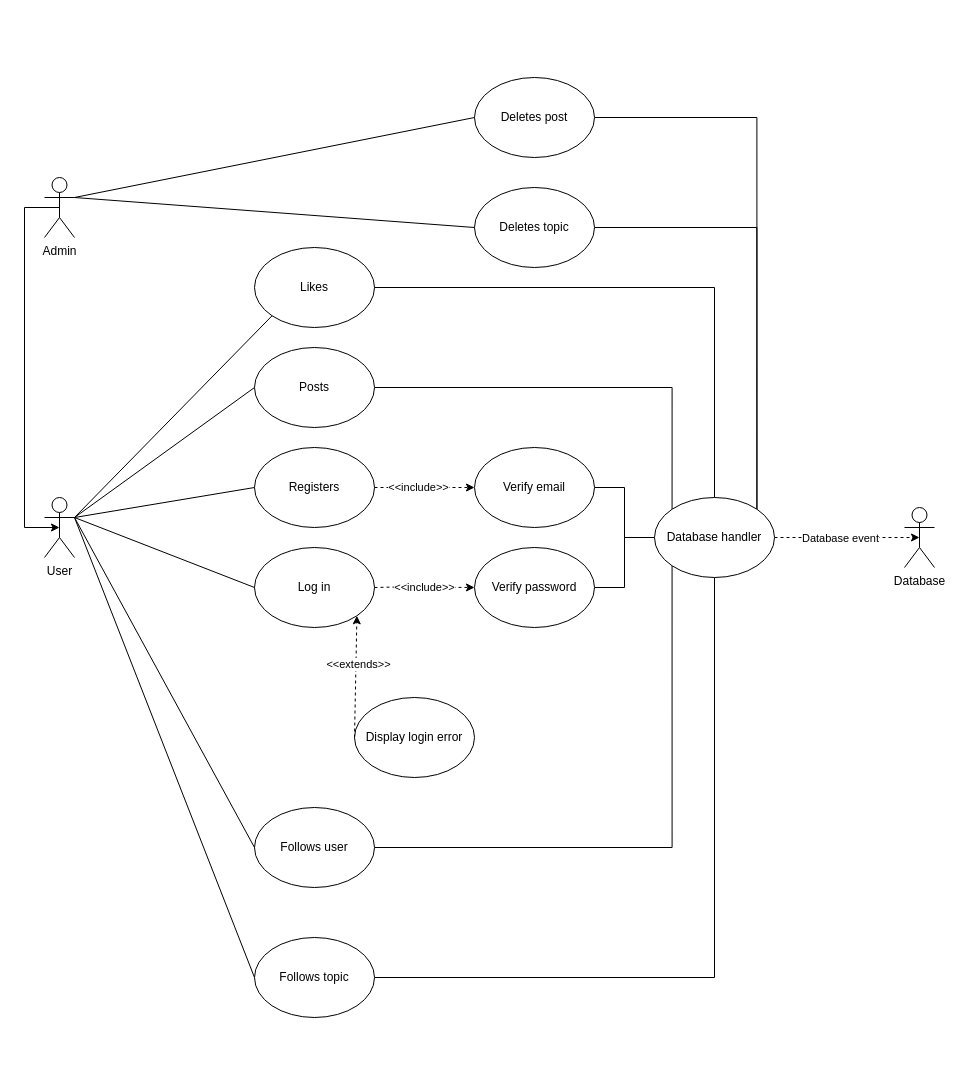
This is doc/diagrams/use_case_diagram/Use_case_diagram.drawio from kubatovtamas/uzenetSZTEk, a draw.io file, before an edit. Source tidied: cells renumbered, new cells numbered last; positions are measured from the earlier drawing's top-left corner, leaving out a move shared by most shapes. Both pictures are drawn from the tidied source at 100%, with x=0, y=0 at pixel (24, 77).
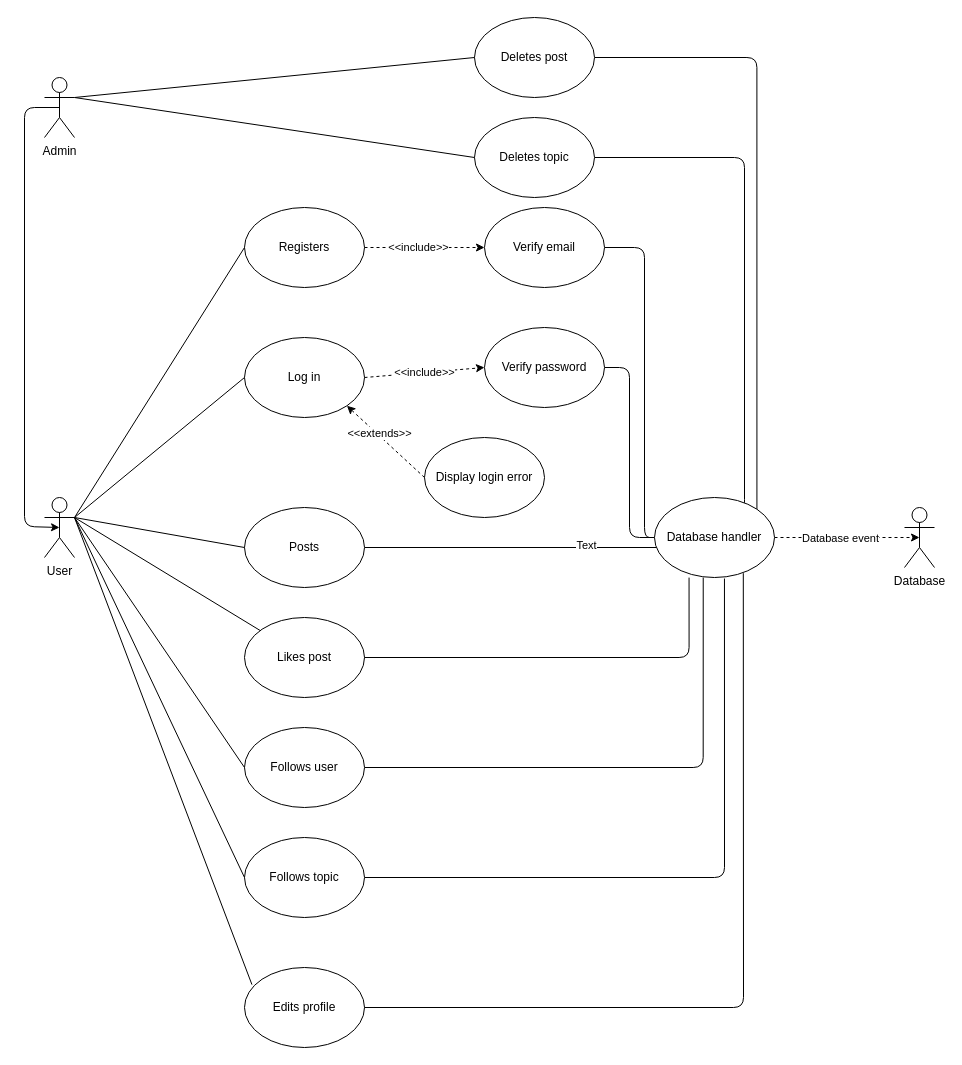
Above is the later version.

Commit message:
Added edits profile to use case diagram and changed order for logical consistency

Unchanged cells that the change refers to:
```xml
<mxCell id="2" value="User&lt;br&gt;" style="shape=umlActor;verticalLabelPosition=bottom;verticalAlign=top;html=1;outlineConnect=0;" parent="1" vertex="1">
  <mxGeometry x="20" y="420" width="30" height="60" as="geometry" />
</mxCell>
<mxCell id="3" value="Database" style="shape=umlActor;verticalLabelPosition=bottom;verticalAlign=top;html=1;outlineConnect=0;" parent="1" vertex="1">
  <mxGeometry x="880" y="430" width="30" height="60" as="geometry" />
</mxCell>
<mxCell id="40" value="Database handler" style="ellipse;whiteSpace=wrap;html=1;" parent="1" vertex="1">
  <mxGeometry x="630" y="420" width="120" height="80" as="geometry" />
</mxCell>
```

Change to the diagram source:
```diff
@@
-    <mxCell id="4" style="edgeStyle=orthogonalEdgeStyle;rounded=0;jettySize=auto;html=1;exitX=0.5;exitY=0.5;exitDx=0;exitDy=0;exitPerimeter=0;entryX=0.5;entryY=0.5;entryDx=0;entryDy=0;entryPerimeter=0;endArrow=classic;endFill=1;" parent="1" edge="1" source="5" target="2">
+    <mxCell id="4" style="edgeStyle=orthogonalEdgeStyle;jettySize=auto;html=1;exitX=0.5;exitY=0.5;exitDx=0;exitDy=0;exitPerimeter=0;entryX=0.5;entryY=0.5;entryDx=0;entryDy=0;entryPerimeter=0;endArrow=classic;endFill=1;" parent="1" edge="1" source="5" target="2">
       <mxGeometry relative="1" as="geometry">
         <Array as="points">
-          <mxPoint y="130" />
-          <mxPoint y="450" />
+          <mxPoint y="30" />
+          <mxPoint y="449" />
+          <mxPoint x="35" y="449" />
         </Array>
       </mxGeometry>
     </mxCell>
     <mxCell id="5" value="Admin" style="shape=umlActor;verticalLabelPosition=bottom;verticalAlign=top;html=1;outlineConnect=0;" parent="1" vertex="1">
-      <mxGeometry x="20" y="100" width="30" height="60" as="geometry" />
+      <mxGeometry x="20" width="30" height="60" as="geometry" />
     </mxCell>
     <mxCell id="6" value="Registers" style="ellipse;whiteSpace=wrap;html=1;" parent="1" vertex="1">
-      <mxGeometry x="230" y="370" width="120" height="80" as="geometry" />
+      <mxGeometry x="220" y="130" width="120" height="80" as="geometry" />
     </mxCell>
     <mxCell id="7" value="Log in" style="ellipse;whiteSpace=wrap;html=1;" parent="1" vertex="1">
-      <mxGeometry x="230" y="470" width="120" height="80" as="geometry" />
+      <mxGeometry x="220" y="260" width="120" height="80" as="geometry" />
     </mxCell>
-    <mxCell id="8" style="edgeStyle=orthogonalEdgeStyle;rounded=0;jettySize=auto;html=1;exitX=1;exitY=0.5;exitDx=0;exitDy=0;entryX=0;entryY=0;entryDx=0;entryDy=0;endArrow=none;endFill=0;" parent="1" edge="1" source="9" target="40">
-      <mxGeometry relative="1" as="geometry" />
+    <mxCell id="8" style="edgeStyle=orthogonalEdgeStyle;jettySize=auto;html=1;exitX=1;exitY=0.5;exitDx=0;exitDy=0;entryX=0;entryY=0;entryDx=0;entryDy=0;endArrow=none;endFill=0;" parent="1" edge="1" source="9" target="40">
+      <mxGeometry relative="1" as="geometry">
+        <Array as="points">
+          <mxPoint x="648" y="470" />
+        </Array>
+      </mxGeometry>
     </mxCell>
+    <mxCell id="42" value="Text" style="edgeLabel;html=1;align=center;verticalAlign=middle;" parent="8" vertex="1">
+      <mxGeometry x="0.28" y="3" relative="1" as="geometry" />
+    </mxCell>
     <mxCell id="9" value="Posts" style="ellipse;whiteSpace=wrap;html=1;" parent="1" vertex="1">
-      <mxGeometry x="230" y="270" width="120" height="80" as="geometry" />
+      <mxGeometry x="220" y="430" width="120" height="80" as="geometry" />
     </mxCell>
-    <mxCell id="10" style="edgeStyle=orthogonalEdgeStyle;rounded=0;jettySize=auto;html=1;exitX=1;exitY=0.5;exitDx=0;exitDy=0;entryX=0;entryY=1;entryDx=0;entryDy=0;endArrow=none;endFill=0;" parent="1" edge="1" source="11" target="40">
+    <mxCell id="10" style="edgeStyle=orthogonalEdgeStyle;jettySize=auto;html=1;exitX=1;exitY=0.5;exitDx=0;exitDy=0;entryX=0.406;entryY=1.001;entryDx=0;entryDy=0;endArrow=none;endFill=0;entryPerimeter=0;" parent="1" edge="1" source="11" target="40">
       <mxGeometry relative="1" as="geometry" />
     </mxCell>
     <mxCell id="11" value="Follows user" style="ellipse;whiteSpace=wrap;html=1;" parent="1" vertex="1">
-      <mxGeometry x="230" y="730" width="120" height="80" as="geometry" />
+      <mxGeometry x="220" y="650" width="120" height="80" as="geometry" />
     </mxCell>
-    <mxCell id="12" style="edgeStyle=orthogonalEdgeStyle;rounded=0;jettySize=auto;html=1;exitX=1;exitY=0.5;exitDx=0;exitDy=0;entryX=0.5;entryY=1;entryDx=0;entryDy=0;endArrow=none;endFill=0;" parent="1" edge="1" source="13" target="40">
-      <mxGeometry relative="1" as="geometry" />
+    <mxCell id="12" style="edgeStyle=orthogonalEdgeStyle;jettySize=auto;html=1;exitX=1;exitY=0.5;exitDx=0;exitDy=0;entryX=0.583;entryY=1.013;entryDx=0;entryDy=0;endArrow=none;endFill=0;entryPerimeter=0;" parent="1" edge="1" source="13" target="40">
+      <mxGeometry relative="1" as="geometry">
+        <Array as="points">
+          <mxPoint x="700" y="800" />
+        </Array>
+      </mxGeometry>
     </mxCell>
     <mxCell id="13" value="Follows topic" style="ellipse;whiteSpace=wrap;html=1;" parent="1" vertex="1">
-      <mxGeometry x="230" y="860" width="120" height="80" as="geometry" />
+      <mxGeometry x="220" y="760" width="120" height="80" as="geometry" />
     </mxCell>
-    <mxCell id="14" value="Likes" style="ellipse;whiteSpace=wrap;html=1;" parent="1" vertex="1">
-      <mxGeometry x="230" y="170" width="120" height="80" as="geometry" />
+    <mxCell id="14" value="Likes post" style="ellipse;whiteSpace=wrap;html=1;" parent="1" vertex="1">
+      <mxGeometry x="220" y="540" width="120" height="80" as="geometry" />
     </mxCell>
@@
-    <mxCell id="17" style="endArrow=none;html=1;entryX=0;entryY=1;entryDx=0;entryDy=0;exitX=1;exitY=0.3333333333333333;exitDx=0;exitDy=0;exitPerimeter=0;" parent="1" edge="1" source="2" target="14">
+    <mxCell id="17" style="endArrow=none;html=1;exitX=1;exitY=0.3333333333333333;exitDx=0;exitDy=0;exitPerimeter=0;" parent="1" edge="1" source="2" target="14">
       <mxGeometry relative="1" as="geometry" />
     </mxCell>
@@
     <mxCell id="21" style="endArrow=classic;html=1;dashed=1;exitX=1;exitY=0.5;exitDx=0;exitDy=0;entryX=0;entryY=0.5;entryDx=0;entryDy=0;" parent="1" edge="1" source="6" target="24">
-      <mxGeometry relative="1" as="geometry">
-        <Array as="points">
-          <mxPoint x="380" y="410" />
-        </Array>
-      </mxGeometry>
+      <mxGeometry relative="1" as="geometry" />
     </mxCell>
@@
-    <mxCell id="23" style="edgeStyle=orthogonalEdgeStyle;rounded=0;jettySize=auto;html=1;exitX=1;exitY=0.5;exitDx=0;exitDy=0;entryX=0;entryY=0.5;entryDx=0;entryDy=0;endArrow=none;endFill=0;" parent="1" edge="1" source="24" target="40">
-      <mxGeometry relative="1" as="geometry" />
+    <mxCell id="23" style="edgeStyle=orthogonalEdgeStyle;jettySize=auto;html=1;exitX=1;exitY=0.5;exitDx=0;exitDy=0;entryX=0;entryY=0.5;entryDx=0;entryDy=0;endArrow=none;endFill=0;" parent="1" edge="1" source="24" target="40">
+      <mxGeometry relative="1" as="geometry">
+        <Array as="points">
+          <mxPoint x="620" y="170" />
+          <mxPoint x="620" y="460" />
+        </Array>
+      </mxGeometry>
     </mxCell>
     <mxCell id="24" value="Verify email" style="ellipse;whiteSpace=wrap;html=1;" parent="1" vertex="1">
-      <mxGeometry x="450" y="370" width="120" height="80" as="geometry" />
+      <mxGeometry x="460" y="130" width="120" height="80" as="geometry" />
     </mxCell>
-    <mxCell id="25" style="edgeStyle=orthogonalEdgeStyle;rounded=0;jettySize=auto;html=1;exitX=1;exitY=0.5;exitDx=0;exitDy=0;entryX=0;entryY=0.5;entryDx=0;entryDy=0;endArrow=none;endFill=0;" parent="1" edge="1" source="26" target="40">
+    <mxCell id="25" style="edgeStyle=orthogonalEdgeStyle;jettySize=auto;html=1;exitX=1;exitY=0.5;exitDx=0;exitDy=0;entryX=0;entryY=0.5;entryDx=0;entryDy=0;endArrow=none;endFill=0;" parent="1" edge="1" source="26" target="40">
       <mxGeometry relative="1" as="geometry" />
     </mxCell>
     <mxCell id="26" value="Verify password" style="ellipse;whiteSpace=wrap;html=1;" parent="1" vertex="1">
-      <mxGeometry x="450" y="470" width="120" height="80" as="geometry" />
+      <mxGeometry x="460" y="250" width="120" height="80" as="geometry" />
     </mxCell>
     <mxCell id="27" value="&amp;lt;&amp;lt;include&amp;gt;&amp;gt;" style="endArrow=classic;html=1;dashed=1;exitX=1;exitY=0.5;exitDx=0;exitDy=0;entryX=0;entryY=0.5;entryDx=0;entryDy=0;" parent="1" edge="1" source="7" target="26">
-      <mxGeometry relative="1" as="geometry">
-        <Array as="points">
-          <mxPoint x="370" y="509.5" />
-        </Array>
-      </mxGeometry>
+      <mxGeometry relative="1" as="geometry" />
     </mxCell>
     <mxCell id="28" value="Display login error" style="ellipse;whiteSpace=wrap;html=1;" parent="1" vertex="1">
-      <mxGeometry x="330" y="620" width="120" height="80" as="geometry" />
+      <mxGeometry x="400" y="360" width="120" height="80" as="geometry" />
     </mxCell>
@@
-    <mxCell id="31" style="endArrow=none;html=1;exitX=1;exitY=0.5;exitDx=0;exitDy=0;entryX=0.5;entryY=0;entryDx=0;entryDy=0;edgeStyle=orthogonalEdgeStyle;rounded=0;" parent="1" edge="1" source="14" target="40">
-      <mxGeometry relative="1" as="geometry" />
+    <mxCell id="31" style="endArrow=none;html=1;exitX=1;exitY=0.5;exitDx=0;exitDy=0;entryX=0.288;entryY=1.001;entryDx=0;entryDy=0;edgeStyle=orthogonalEdgeStyle;entryPerimeter=0;" parent="1" edge="1" source="14" target="40">
+      <mxGeometry relative="1" as="geometry">
+        <Array as="points">
+          <mxPoint x="665" y="580" />
+        </Array>
+      </mxGeometry>
     </mxCell>
-    <mxCell id="32" style="edgeStyle=orthogonalEdgeStyle;rounded=0;jettySize=auto;html=1;exitX=1;exitY=0.5;exitDx=0;exitDy=0;entryX=1;entryY=0;entryDx=0;entryDy=0;endArrow=none;endFill=0;" parent="1" edge="1" source="33" target="40">
+    <mxCell id="32" style="edgeStyle=orthogonalEdgeStyle;jettySize=auto;html=1;exitX=1;exitY=0.5;exitDx=0;exitDy=0;entryX=1;entryY=0;entryDx=0;entryDy=0;endArrow=none;endFill=0;" parent="1" edge="1" source="33" target="40">
       <mxGeometry relative="1" as="geometry" />
     </mxCell>
     <mxCell id="33" value="Deletes post" style="ellipse;whiteSpace=wrap;html=1;" parent="1" vertex="1">
-      <mxGeometry x="450" width="120" height="80" as="geometry" />
+      <mxGeometry x="450" y="-60" width="120" height="80" as="geometry" />
     </mxCell>
-    <mxCell id="34" style="edgeStyle=orthogonalEdgeStyle;rounded=0;jettySize=auto;html=1;exitX=1;exitY=0.5;exitDx=0;exitDy=0;entryX=1;entryY=0;entryDx=0;entryDy=0;endArrow=none;endFill=0;" parent="1" edge="1" source="35" target="40">
-      <mxGeometry relative="1" as="geometry" />
+    <mxCell id="34" style="edgeStyle=orthogonalEdgeStyle;jettySize=auto;html=1;exitX=1;exitY=0.5;exitDx=0;exitDy=0;entryX=0.748;entryY=0.068;entryDx=0;entryDy=0;endArrow=none;endFill=0;entryPerimeter=0;" parent="1" edge="1" source="35" target="40">
+      <mxGeometry relative="1" as="geometry">
+        <Array as="points">
+          <mxPoint x="720" y="80" />
+          <mxPoint x="720" y="432" />
+        </Array>
+      </mxGeometry>
     </mxCell>
     <mxCell id="35" value="Deletes topic" style="ellipse;whiteSpace=wrap;html=1;" parent="1" vertex="1">
-      <mxGeometry x="450" y="110" width="120" height="80" as="geometry" />
+      <mxGeometry x="450" y="40" width="120" height="80" as="geometry" />
     </mxCell>
@@
-    <mxCell id="38" style="edgeStyle=orthogonalEdgeStyle;rounded=0;jettySize=auto;html=1;exitX=1;exitY=0.5;exitDx=0;exitDy=0;entryX=0.5;entryY=0.5;entryDx=0;entryDy=0;entryPerimeter=0;dashed=1;" parent="1" edge="1" source="40" target="3">
+    <mxCell id="38" style="edgeStyle=orthogonalEdgeStyle;jettySize=auto;html=1;exitX=1;exitY=0.5;exitDx=0;exitDy=0;entryX=0.5;entryY=0.5;entryDx=0;entryDy=0;entryPerimeter=0;dashed=1;" parent="1" edge="1" source="40" target="3">
       <mxGeometry relative="1" as="geometry" />
     </mxCell>
@@
-    <mxCell id="41" style="edgeStyle=orthogonalEdgeStyle;rounded=0;orthogonalLoop=1;jettySize=auto;html=1;exitX=0;exitY=0;exitDx=0;exitDy=0;entryX=0;entryY=0;entryDx=0;entryDy=0;endArrow=none;endFill=0;" parent="1" edge="1" source="40" target="40">
+    <mxCell id="41" style="edgeStyle=orthogonalEdgeStyle;orthogonalLoop=1;jettySize=auto;html=1;exitX=0;exitY=0;exitDx=0;exitDy=0;entryX=0;entryY=0;entryDx=0;entryDy=0;endArrow=none;endFill=0;" parent="1" edge="1" source="40" target="40">
       <mxGeometry relative="1" as="geometry" />
     </mxCell>
+    <mxCell id="43" value="Edits profile" style="ellipse;whiteSpace=wrap;html=1;" parent="1" vertex="1">
+      <mxGeometry x="220" y="890" width="120" height="80" as="geometry" />
+    </mxCell>
+    <mxCell id="44" style="endArrow=none;html=1;entryX=1;entryY=0.3333333333333333;entryDx=0;entryDy=0;entryPerimeter=0;exitX=0.062;exitY=0.214;exitDx=0;exitDy=0;exitPerimeter=0;" parent="1" edge="1" source="43" target="2">
+      <mxGeometry relative="1" as="geometry" />
+    </mxCell>
+    <mxCell id="45" style="endArrow=none;html=1;exitX=1;exitY=0.5;exitDx=0;exitDy=0;entryX=0.74;entryY=0.946;entryDx=0;entryDy=0;entryPerimeter=0;" parent="1" edge="1" source="43" target="40">
+      <mxGeometry relative="1" as="geometry">
+        <Array as="points">
+          <mxPoint x="719" y="930" />
+        </Array>
+      </mxGeometry>
+    </mxCell>
```
